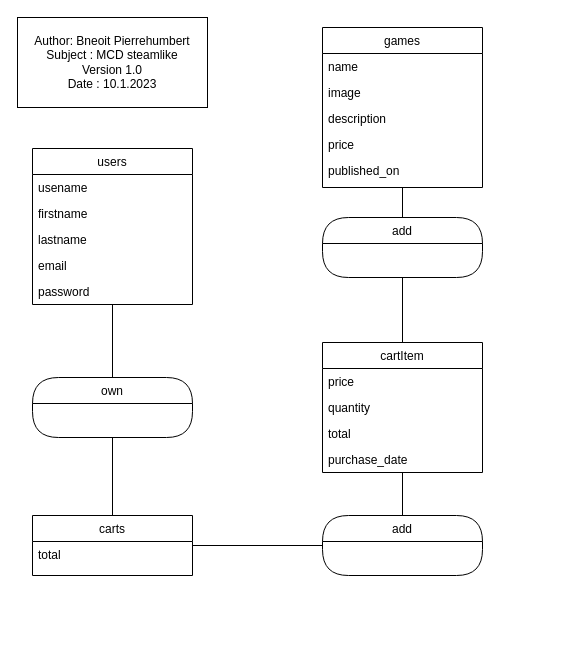
BPTdev/PRW2-SteamLike keeps this draw.io diagram as modelisation/MCD.drawio. Above is the earlier version. Source tidied: cells renumbered, new cells numbered last; positions are measured from the earlier drawing's top-left corner, leaving out a move shared by most shapes. Both pictures are drawn from the tidied source at 100%, with x=0, y=0 at pixel (17, 17).
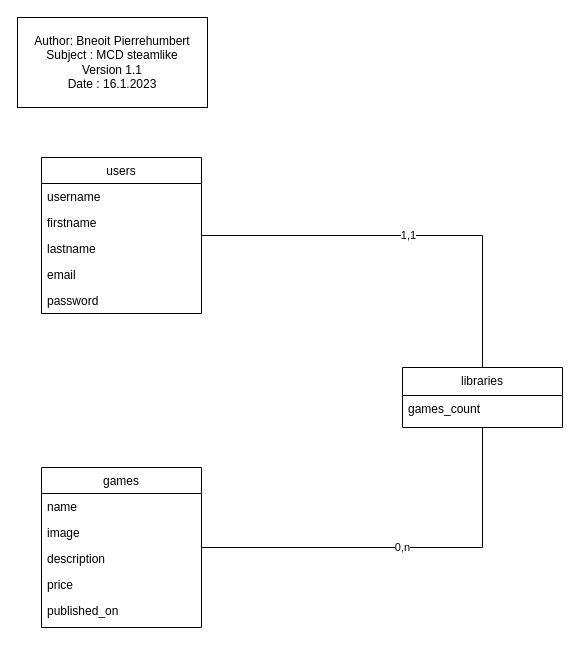
Above is the later version.

What changed in the source:
```diff
@@
-    <mxCell id="2" style="edgeStyle=orthogonalEdgeStyle;rounded=0;jettySize=auto;html=1;endArrow=none;endFill=0;" parent="1" edge="1" source="3" target="23">
-      <mxGeometry relative="1" as="geometry" />
-    </mxCell>
     <mxCell id="3" value="users" style="swimlane;fontStyle=0;align=center;verticalAlign=top;horizontal=1;startSize=26;rounded=0;shadow=0;strokeWidth=1;" parent="1" vertex="1">
-      <mxGeometry x="15" y="131" width="160" height="156" as="geometry" />
+      <mxGeometry x="24" y="140" width="160" height="156" as="geometry" />
     </mxCell>
-    <mxCell id="4" value="usename" style="text;align=left;verticalAlign=top;spacingLeft=4;spacingRight=4;overflow=hidden;" parent="3" vertex="1">
+    <mxCell id="4" value="username" style="text;align=left;verticalAlign=top;spacingLeft=4;spacingRight=4;overflow=hidden;" parent="3" vertex="1">
       <mxGeometry y="26" width="160" height="26" as="geometry" />
     </mxCell>
@@
-    <mxCell id="9" value="Author: Bneoit Pierrehumbert&lt;br&gt;Subject : MCD steamlike&lt;br&gt;Version 1.0&lt;br&gt;Date : 10.1.2023" style="rounded=0;whiteSpace=wrap;html=1;" parent="1" vertex="1">
+    <mxCell id="9" value="Author: Bneoit Pierrehumbert&lt;br&gt;Subject : MCD steamlike&lt;br&gt;Version 1.1&lt;br&gt;Date : 16.1.2023" style="rounded=0;whiteSpace=wrap;html=1;" parent="1" vertex="1">
       <mxGeometry width="190" height="90" as="geometry" />
     </mxCell>
     <mxCell id="10" value="games" style="swimlane;fontStyle=0;align=center;verticalAlign=top;horizontal=1;startSize=26;rounded=0;shadow=0;strokeWidth=1;" parent="1" vertex="1">
-      <mxGeometry x="305" y="10" width="160" height="160" as="geometry" />
+      <mxGeometry x="24" y="450" width="160" height="160" as="geometry" />
     </mxCell>
@@
-    <mxCell id="16" style="edgeStyle=orthogonalEdgeStyle;rounded=0;jettySize=auto;html=1;endArrow=none;endFill=0;" parent="1" edge="1" source="17" target="20">
-      <mxGeometry relative="1" as="geometry" />
-    </mxCell>
-    <mxCell id="17" value="carts" style="swimlane;fontStyle=0;align=center;verticalAlign=top;horizontal=1;startSize=26;rounded=0;shadow=0;strokeWidth=1;" parent="1" vertex="1">
-      <mxGeometry x="15" y="498" width="160" height="60" as="geometry" />
-    </mxCell>
-    <mxCell id="18" value="total" style="text;align=left;verticalAlign=top;spacingLeft=4;spacingRight=4;overflow=hidden;rounded=0;shadow=0;html=0;" parent="17" vertex="1">
-      <mxGeometry y="26" width="160" height="26" as="geometry" />
-    </mxCell>
-    <mxCell id="19" style="group;" parent="1" vertex="1">
-      <mxGeometry x="305" y="498" width="160" height="60" as="geometry" />
-    </mxCell>
-    <mxCell id="20" value="add" style="swimlane;fontStyle=0;align=center;verticalAlign=top;horizontal=1;startSize=26;rounded=1;shadow=0;strokeWidth=1;arcSize=42;" parent="19" vertex="1">
-      <mxGeometry width="160" height="60" as="geometry" />
-    </mxCell>
-    <mxCell id="21" value="   &#10;" style="text;align=left;verticalAlign=top;spacingLeft=4;spacingRight=4;overflow=hidden;rounded=0;shadow=0;html=0;" parent="19" vertex="1">
-      <mxGeometry y="26" width="160" height="26" as="geometry" />
-    </mxCell>
-    <mxCell id="22" style="group;" parent="1" vertex="1">
-      <mxGeometry x="15" y="360" width="160" height="60" as="geometry" />
+    <mxCell id="22" style="group;rounded=0;" parent="1" vertex="1">
+      <mxGeometry x="385" y="350" width="160" height="60" as="geometry" />
     </mxCell>
-    <mxCell id="23" value="own" style="swimlane;fontStyle=0;align=center;verticalAlign=top;horizontal=1;startSize=26;rounded=1;shadow=0;strokeWidth=1;arcSize=42;" parent="22" vertex="1">
+    <mxCell id="23" value="libraries" style="swimlane;fontStyle=0;align=center;verticalAlign=top;horizontal=1;startSize=28;rounded=1;shadow=0;strokeWidth=1;arcSize=0;" parent="22" vertex="1">
       <mxGeometry width="160" height="60" as="geometry" />
     </mxCell>
-    <mxCell id="24" value="   &#10;" style="text;align=left;verticalAlign=top;spacingLeft=4;spacingRight=4;overflow=hidden;rounded=0;shadow=0;html=0;" parent="22" vertex="1">
-      <mxGeometry y="26" width="160" height="26" as="geometry" />
-    </mxCell>
-    <mxCell id="25" style="edgeStyle=orthogonalEdgeStyle;rounded=0;jettySize=auto;html=1;endArrow=none;endFill=0;" parent="1" edge="1" source="23" target="17">
-      <mxGeometry relative="1" as="geometry" />
-    </mxCell>
-    <mxCell id="26" style="edgeStyle=orthogonalEdgeStyle;rounded=0;jettySize=auto;html=1;endArrow=none;endFill=0;" parent="1" edge="1" source="27" target="20">
-      <mxGeometry relative="1" as="geometry" />
-    </mxCell>
-    <mxCell id="27" value="cartItem" style="swimlane;fontStyle=0;align=center;verticalAlign=top;horizontal=1;startSize=26;rounded=0;shadow=0;strokeWidth=1;" parent="1" vertex="1">
-      <mxGeometry x="305" y="325" width="160" height="130" as="geometry" />
-    </mxCell>
-    <mxCell id="28" value="price" style="text;align=left;verticalAlign=top;spacingLeft=4;spacingRight=4;overflow=hidden;" parent="27" vertex="1">
-      <mxGeometry y="26" width="160" height="26" as="geometry" />
-    </mxCell>
-    <mxCell id="29" value="quantity" style="text;align=left;verticalAlign=top;spacingLeft=4;spacingRight=4;overflow=hidden;rounded=0;shadow=0;html=0;" parent="27" vertex="1">
-      <mxGeometry y="52" width="160" height="26" as="geometry" />
-    </mxCell>
-    <mxCell id="30" value="total" style="text;align=left;verticalAlign=top;spacingLeft=4;spacingRight=4;overflow=hidden;rounded=0;shadow=0;html=0;" parent="27" vertex="1">
-      <mxGeometry y="78" width="160" height="26" as="geometry" />
-    </mxCell>
-    <mxCell id="31" value="purchase_date" style="text;align=left;verticalAlign=top;spacingLeft=4;spacingRight=4;overflow=hidden;rounded=0;shadow=0;html=0;" parent="27" vertex="1">
-      <mxGeometry y="104" width="160" height="26" as="geometry" />
-    </mxCell>
-    <mxCell id="32" style="group;" parent="1" vertex="1">
-      <mxGeometry x="305" y="200" width="160" height="60" as="geometry" />
-    </mxCell>
-    <mxCell id="33" value="add" style="swimlane;fontStyle=0;align=center;verticalAlign=top;horizontal=1;startSize=26;rounded=1;shadow=0;strokeWidth=1;arcSize=42;" parent="32" vertex="1">
-      <mxGeometry width="160" height="60" as="geometry" />
-    </mxCell>
-    <mxCell id="34" value="   &#10;" style="text;align=left;verticalAlign=top;spacingLeft=4;spacingRight=4;overflow=hidden;rounded=0;shadow=0;html=0;" parent="32" vertex="1">
-      <mxGeometry y="26" width="160" height="26" as="geometry" />
-    </mxCell>
-    <mxCell id="35" style="edgeStyle=orthogonalEdgeStyle;rounded=0;jettySize=auto;html=1;endArrow=none;endFill=0;" parent="1" edge="1" source="33" target="10">
-      <mxGeometry relative="1" as="geometry" />
-    </mxCell>
-    <mxCell id="36" style="edgeStyle=orthogonalEdgeStyle;rounded=0;jettySize=auto;html=1;endArrow=none;endFill=0;" parent="1" edge="1" source="33" target="27">
-      <mxGeometry relative="1" as="geometry" />
-    </mxCell>
+    <mxCell id="37" value="games_count" style="text;align=left;verticalAlign=top;spacingLeft=4;spacingRight=4;overflow=hidden;rounded=0;shadow=0;html=0;" parent="23" vertex="1">
+      <mxGeometry y="28" width="160" height="26" as="geometry" />
+    </mxCell>
+    <mxCell id="38" value="0,n" style="edgeStyle=orthogonalEdgeStyle;rounded=0;jettySize=auto;html=1;endArrow=none;endFill=0;" parent="1" edge="1" source="10" target="23">
+      <mxGeometry relative="1" as="geometry" />
+    </mxCell>
+    <mxCell id="2" value="1,1" style="edgeStyle=orthogonalEdgeStyle;rounded=0;jettySize=auto;html=1;endArrow=none;endFill=0;" parent="1" edge="1" source="3" target="23">
+      <mxGeometry relative="1" as="geometry" />
+    </mxCell>
```
